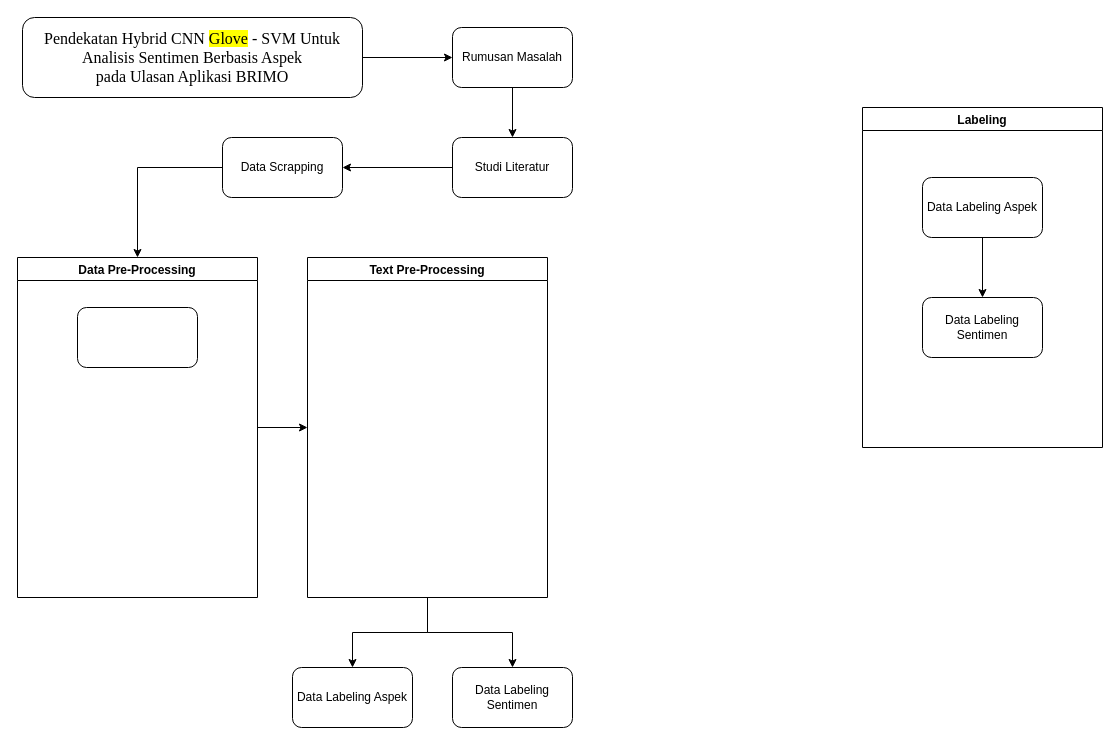
Above: tugas-akhir/Metodologi-Penelitian.drawio in xoghub/diagrams (draw.io), before the change. Source tidied: cells renumbered, new cells numbered last; positions are measured from the earlier drawing's top-left corner, leaving out a move shared by most shapes. Both pictures are drawn from the tidied source at 100%, with x=0, y=0 at pixel (17, 17).
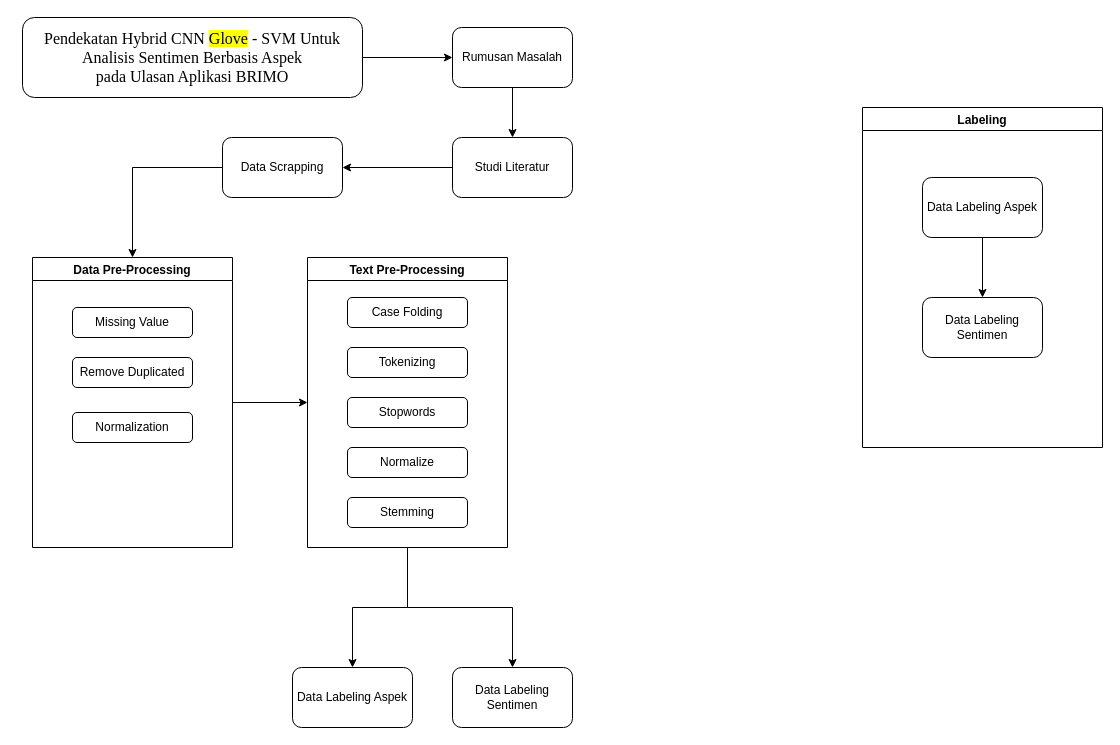
Above is the later version.

Unchanged cells that the change refers to:
```xml
<mxCell id="6" value="Data Scrapping" style="rounded=1;whiteSpace=wrap;html=1;" parent="1" vertex="1">
  <mxGeometry x="205" y="120" width="120" height="60" as="geometry" />
</mxCell>
```

What changed in the source:
```diff
@@
     <mxCell id="5" style="edgeStyle=orthogonalEdgeStyle;rounded=0;jettySize=auto;html=1;entryX=0.5;entryY=0;entryDx=0;entryDy=0;" parent="1" edge="1" source="6" target="11">
       <mxGeometry relative="1" as="geometry">
         <Array as="points">
-          <mxPoint x="120" y="150" />
+          <mxPoint x="115" y="150" />
         </Array>
       </mxGeometry>
     </mxCell>
@@
     <mxCell id="11" value="Data Pre-Processing" style="swimlane;" parent="1" vertex="1">
-      <mxGeometry y="240" width="240" height="340" as="geometry" />
+      <mxGeometry x="15" y="240" width="200" height="290" as="geometry" />
     </mxCell>
-    <mxCell id="12" style="rounded=1;whiteSpace=wrap;html=1;" parent="11" vertex="1">
-      <mxGeometry x="60" y="50" width="120" height="60" as="geometry" />
+    <mxCell id="12" value="Missing Value" style="rounded=1;whiteSpace=wrap;html=1;" parent="11" vertex="1">
+      <mxGeometry x="40" y="50" width="120" height="30" as="geometry" />
     </mxCell>
+    <mxCell id="22" value="Remove Duplicated" style="rounded=1;whiteSpace=wrap;html=1;" parent="11" vertex="1">
+      <mxGeometry x="40" y="100" width="120" height="30" as="geometry" />
+    </mxCell>
+    <mxCell id="23" value="Normalization" style="rounded=1;whiteSpace=wrap;html=1;" parent="11" vertex="1">
+      <mxGeometry x="40" y="155" width="120" height="30" as="geometry" />
+    </mxCell>
@@
     <mxCell id="15" value="Text Pre-Processing" style="swimlane;" parent="1" vertex="1">
-      <mxGeometry x="290" y="240" width="240" height="340" as="geometry" />
+      <mxGeometry x="290" y="240" width="200" height="290" as="geometry" />
     </mxCell>
+    <mxCell id="24" value="Case Folding" style="rounded=1;whiteSpace=wrap;html=1;" parent="15" vertex="1">
+      <mxGeometry x="40" y="40" width="120" height="30" as="geometry" />
+    </mxCell>
+    <mxCell id="25" value="Tokenizing" style="rounded=1;whiteSpace=wrap;html=1;" parent="15" vertex="1">
+      <mxGeometry x="40" y="90" width="120" height="30" as="geometry" />
+    </mxCell>
+    <mxCell id="26" value="Stopwords" style="rounded=1;whiteSpace=wrap;html=1;" parent="15" vertex="1">
+      <mxGeometry x="40" y="140" width="120" height="30" as="geometry" />
+    </mxCell>
+    <mxCell id="27" value="Stemming" style="rounded=1;whiteSpace=wrap;html=1;" parent="15" vertex="1">
+      <mxGeometry x="40" y="240" width="120" height="30" as="geometry" />
+    </mxCell>
+    <mxCell id="28" value="Normalize" style="rounded=1;whiteSpace=wrap;html=1;" parent="15" vertex="1">
+      <mxGeometry x="40" y="190" width="120" height="30" as="geometry" />
+    </mxCell>
```
